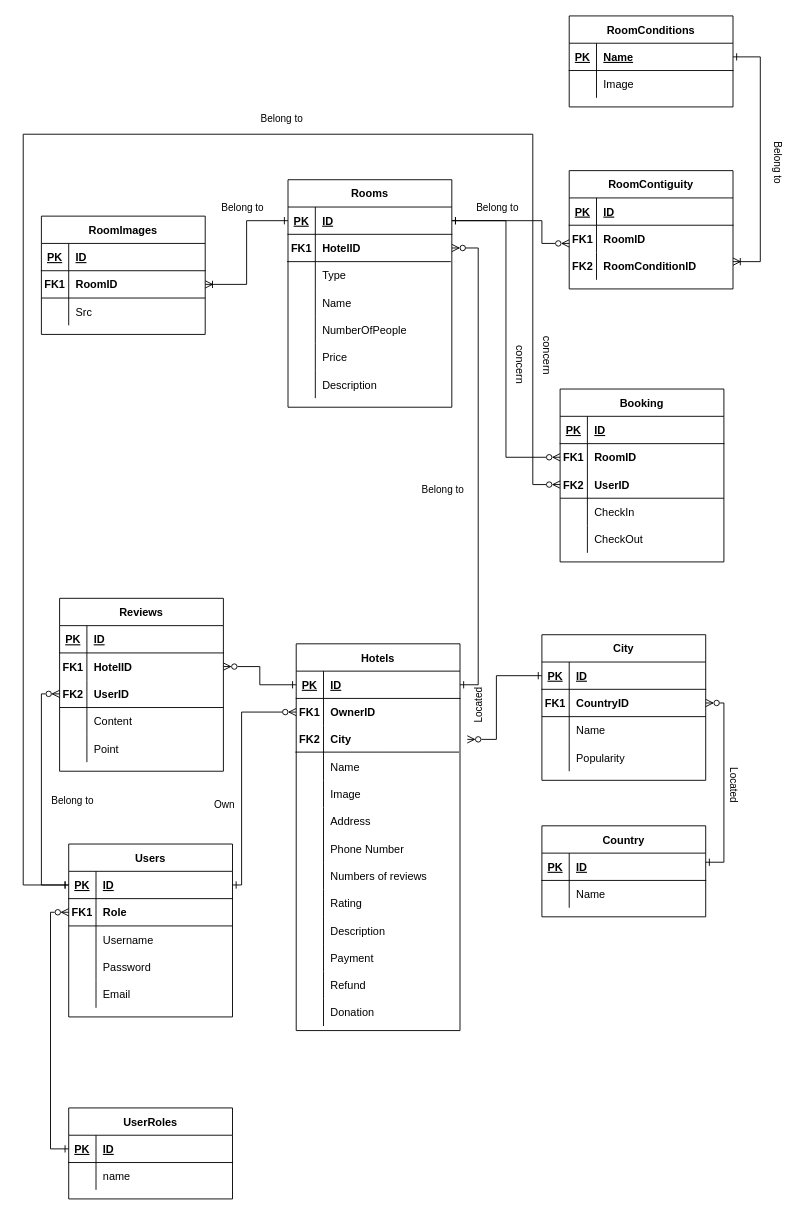
Before: documentation/datalogical_diagram.drawio in semwett0301/booking-java-back, a draw.io diagram. Source tidied: cells renumbered, new cells numbered last; positions are measured from the earlier drawing's top-left corner, leaving out a move shared by most shapes. Both pictures are drawn from the tidied source at 91%, with x=0, y=0 at pixel (23, 15).
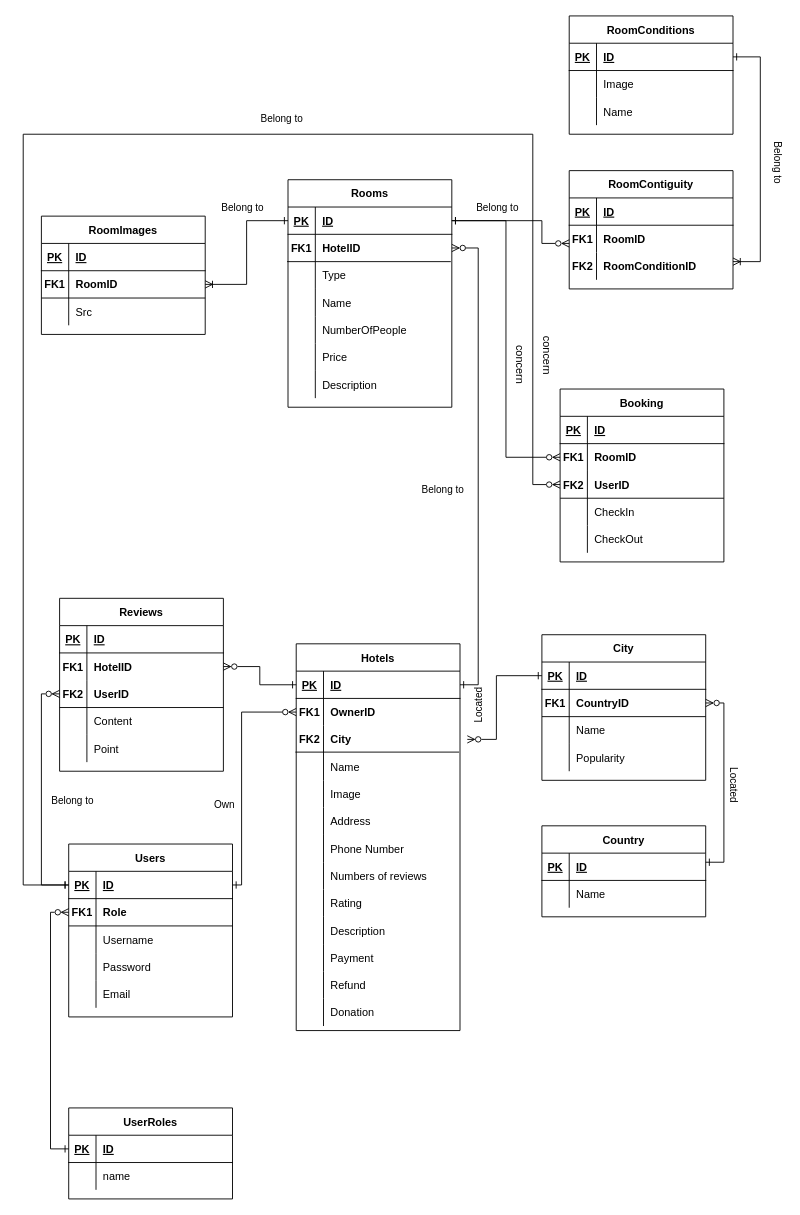
The same diagram, later.

The change refers to these unchanged cells:
```xml
<mxCell id="161" style="shape=tableRow;horizontal=0;startSize=0;swimlaneHead=0;swimlaneBody=0;fillColor=none;points=[[0,0.5],[1,0.5]];portConstraint=eastwest;top=0;left=0;right=0;bottom=1;" parent="160" vertex="1">
  <mxGeometry y="30" width="180" height="30" as="geometry" />
</mxCell>
```

Diff of the diagram source:
```diff
@@
     <mxCell id="160" value="RoomConditions" style="shape=table;startSize=30;childLayout=tableLayout;rowLines=0;fontStyle=1;align=center;" parent="1" vertex="1">
-      <mxGeometry x="600" width="180" height="100" as="geometry" />
+      <mxGeometry x="600" width="180" height="130" as="geometry" />
     </mxCell>
@@
-    <mxCell id="163" value="Name" style="shape=partialRectangle;fillColor=none;top=0;left=0;bottom=0;right=0;align=left;spacingLeft=6;fontStyle=5;overflow=hidden;" parent="161" vertex="1">
+    <mxCell id="163" value="ID" style="shape=partialRectangle;fillColor=none;top=0;left=0;bottom=0;right=0;align=left;spacingLeft=6;fontStyle=5;overflow=hidden;" parent="161" vertex="1">
       <mxGeometry x="30" width="150" height="30" as="geometry" />
     </mxCell>
@@
+    <mxCell id="200" style="shape=tableRow;horizontal=0;startSize=0;swimlaneHead=0;swimlaneBody=0;fillColor=none;top=0;left=0;right=0;bottom=0;" parent="160" vertex="1">
+      <mxGeometry y="90" width="180" height="30" as="geometry" />
+    </mxCell>
+    <mxCell id="201" style="shape=partialRectangle;fillColor=none;top=0;left=0;bottom=0;right=0;overflow=hidden;fontStyle=1;" parent="200" vertex="1">
+      <mxGeometry width="30" height="30" as="geometry" />
+    </mxCell>
+    <mxCell id="202" value="Name" style="shape=partialRectangle;fillColor=none;top=0;left=0;bottom=0;right=0;align=left;spacingLeft=6;overflow=hidden;fontStyle=0;" parent="200" vertex="1">
+      <mxGeometry x="30" width="150" height="30" as="geometry" />
+    </mxCell>
```
